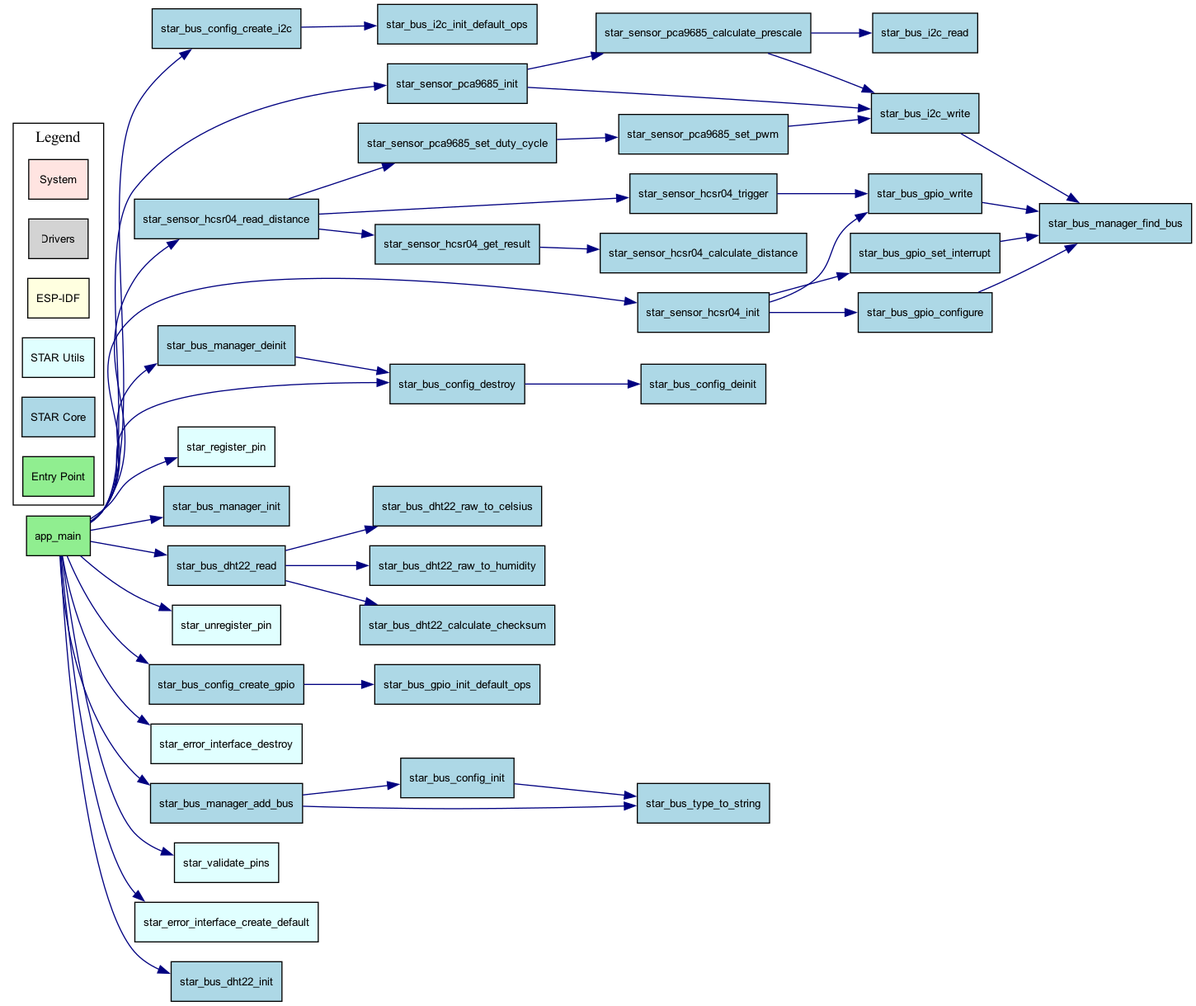
Earlier version of the Graphviz export ESP32-Firmware/docs/callgraph/visual_levels/callgraph_application.png (Locked-Inc/STAR). Its source is kept beside it as ESP32-Firmware/docs/callgraph/visual_levels/callgraph_application.dot.
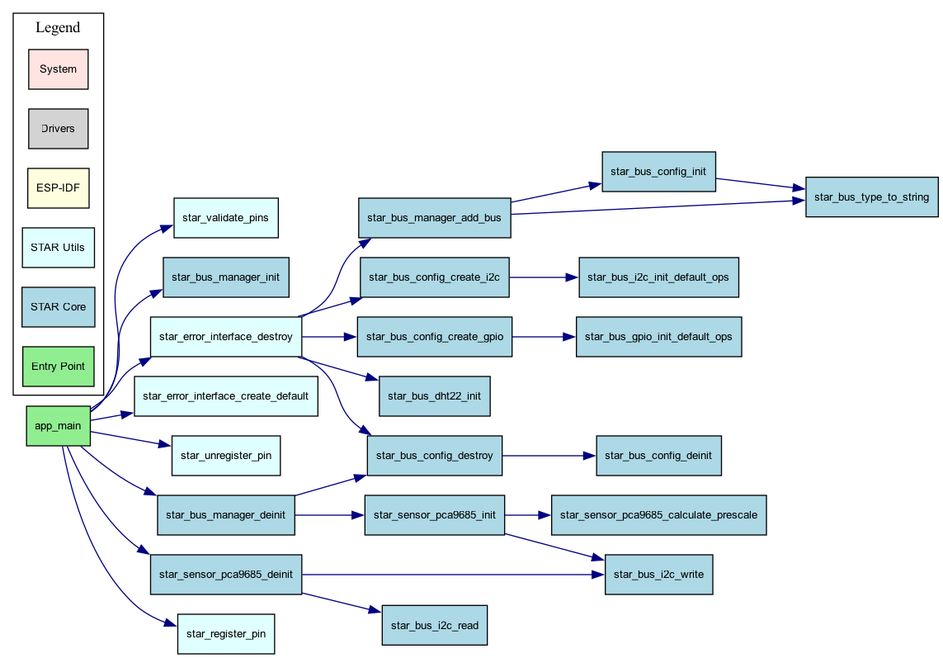
Above is the later version.

Change to the diagram source:
```diff
@@ -3,87 +3,54 @@
     node [shape=box style=filled fontname="Arial" fontsize=10];
     edge [color=navy fontsize=8];
 
+    "star_bus_i2c_write" [fillcolor=lightblue];
+    "star_validate_pins" [fillcolor=lightcyan];
+    "star_bus_config_init" [fillcolor=lightblue];
+    "star_bus_manager_init" [fillcolor=lightblue];
+    "star_bus_i2c_read" [fillcolor=lightblue];
+    "star_bus_config_deinit" [fillcolor=lightblue];
+    "star_error_interface_destroy" [fillcolor=lightcyan];
+    "star_sensor_pca9685_calculate_prescale" [fillcolor=lightblue];
+    "star_bus_manager_add_bus" [fillcolor=lightblue];
     "star_bus_config_create_i2c" [fillcolor=lightblue];
-    "star_sensor_pca9685_set_duty_cycle" [fillcolor=lightblue];
+    "star_bus_gpio_init_default_ops" [fillcolor=lightblue];
+    "star_bus_config_create_gpio" [fillcolor=lightblue];
     "star_sensor_pca9685_init" [fillcolor=lightblue];
+    "star_error_interface_create_default" [fillcolor=lightcyan];
+    "app_main" [fillcolor=lightgreen fontweight=bold];
+    "star_unregister_pin" [fillcolor=lightcyan];
+    "star_sensor_pca9685_deinit" [fillcolor=lightblue];
+    "star_bus_type_to_string" [fillcolor=lightblue];
     "star_bus_manager_deinit" [fillcolor=lightblue];
     "star_register_pin" [fillcolor=lightcyan];
-    "star_bus_manager_find_bus" [fillcolor=lightblue];
-    "star_bus_manager_init" [fillcolor=lightblue];
-    "star_bus_dht22_read" [fillcolor=lightblue];
-    "star_sensor_hcsr04_get_result" [fillcolor=lightblue];
-    "star_unregister_pin" [fillcolor=lightcyan];
-    "star_bus_config_create_gpio" [fillcolor=lightblue];
-    "star_bus_config_init" [fillcolor=lightblue];
-    "star_sensor_pca9685_calculate_prescale" [fillcolor=lightblue];
-    "star_bus_config_deinit" [fillcolor=lightblue];
-    "star_bus_gpio_init_default_ops" [fillcolor=lightblue];
-    "star_sensor_hcsr04_trigger" [fillcolor=lightblue];
-    "star_error_interface_destroy" [fillcolor=lightcyan];
+    "star_bus_config_destroy" [fillcolor=lightblue];
     "star_bus_i2c_init_default_ops" [fillcolor=lightblue];
-    "star_bus_i2c_read" [fillcolor=lightblue];
-    "star_sensor_hcsr04_read_distance" [fillcolor=lightblue];
-    "star_sensor_pca9685_set_pwm" [fillcolor=lightblue];
-    "star_bus_gpio_set_interrupt" [fillcolor=lightblue];
-    "star_bus_gpio_write" [fillcolor=lightblue];
-    "star_bus_dht22_raw_to_humidity" [fillcolor=lightblue];
-    "star_bus_manager_add_bus" [fillcolor=lightblue];
-    "star_sensor_hcsr04_init" [fillcolor=lightblue];
-    "star_validate_pins" [fillcolor=lightcyan];
-    "star_bus_i2c_write" [fillcolor=lightblue];
-    "star_bus_gpio_configure" [fillcolor=lightblue];
-    "star_sensor_hcsr04_calculate_distance" [fillcolor=lightblue];
-    "app_main" [fillcolor=lightgreen fontweight=bold];
-    "star_error_interface_create_default" [fillcolor=lightcyan];
     "star_bus_dht22_init" [fillcolor=lightblue];
-    "star_bus_dht22_calculate_checksum" [fillcolor=lightblue];
-    "star_bus_type_to_string" [fillcolor=lightblue];
-    "star_bus_dht22_raw_to_celsius" [fillcolor=lightblue];
-    "star_bus_config_destroy" [fillcolor=lightblue];
-    "app_main" -> "star_bus_config_create_gpio";
-    "app_main" -> "star_bus_config_create_i2c";
-    "app_main" -> "star_bus_config_destroy";
-    "app_main" -> "star_bus_dht22_init";
-    "app_main" -> "star_bus_dht22_read";
-    "app_main" -> "star_bus_manager_add_bus";
     "app_main" -> "star_bus_manager_deinit";
     "app_main" -> "star_bus_manager_init";
     "app_main" -> "star_error_interface_create_default";
     "app_main" -> "star_error_interface_destroy";
     "app_main" -> "star_register_pin";
-    "app_main" -> "star_sensor_hcsr04_init";
-    "app_main" -> "star_sensor_hcsr04_read_distance";
-    "app_main" -> "star_sensor_pca9685_init";
+    "app_main" -> "star_sensor_pca9685_deinit";
     "app_main" -> "star_unregister_pin";
     "app_main" -> "star_validate_pins";
     "star_bus_config_create_gpio" -> "star_bus_gpio_init_default_ops";
     "star_bus_config_create_i2c" -> "star_bus_i2c_init_default_ops";
     "star_bus_config_destroy" -> "star_bus_config_deinit";
     "star_bus_config_init" -> "star_bus_type_to_string";
-    "star_bus_dht22_read" -> "star_bus_dht22_calculate_checksum";
-    "star_bus_dht22_read" -> "star_bus_dht22_raw_to_celsius";
-    "star_bus_dht22_read" -> "star_bus_dht22_raw_to_humidity";
-    "star_bus_gpio_configure" -> "star_bus_manager_find_bus";
-    "star_bus_gpio_set_interrupt" -> "star_bus_manager_find_bus";
-    "star_bus_gpio_write" -> "star_bus_manager_find_bus";
-    "star_bus_i2c_write" -> "star_bus_manager_find_bus";
     "star_bus_manager_add_bus" -> "star_bus_config_init";
     "star_bus_manager_add_bus" -> "star_bus_type_to_string";
     "star_bus_manager_deinit" -> "star_bus_config_destroy";
-    "star_sensor_hcsr04_get_result" -> "star_sensor_hcsr04_calculate_distance";
-    "star_sensor_hcsr04_init" -> "star_bus_gpio_configure";
-    "star_sensor_hcsr04_init" -> "star_bus_gpio_set_interrupt";
-    "star_sensor_hcsr04_init" -> "star_bus_gpio_write";
-    "star_sensor_hcsr04_read_distance" -> "star_sensor_hcsr04_get_result";
-    "star_sensor_hcsr04_read_distance" -> "star_sensor_hcsr04_trigger";
-    "star_sensor_hcsr04_read_distance" -> "star_sensor_pca9685_set_duty_cycle";
-    "star_sensor_hcsr04_trigger" -> "star_bus_gpio_write";
-    "star_sensor_pca9685_calculate_prescale" -> "star_bus_i2c_read";
-    "star_sensor_pca9685_calculate_prescale" -> "star_bus_i2c_write";
+    "star_bus_manager_deinit" -> "star_sensor_pca9685_init";
+    "star_error_interface_destroy" -> "star_bus_config_create_gpio";
+    "star_error_interface_destroy" -> "star_bus_config_create_i2c";
+    "star_error_interface_destroy" -> "star_bus_config_destroy";
+    "star_error_interface_destroy" -> "star_bus_dht22_init";
+    "star_error_interface_destroy" -> "star_bus_manager_add_bus";
+    "star_sensor_pca9685_deinit" -> "star_bus_i2c_read";
+    "star_sensor_pca9685_deinit" -> "star_bus_i2c_write";
     "star_sensor_pca9685_init" -> "star_bus_i2c_write";
     "star_sensor_pca9685_init" -> "star_sensor_pca9685_calculate_prescale";
-    "star_sensor_pca9685_set_duty_cycle" -> "star_sensor_pca9685_set_pwm";
-    "star_sensor_pca9685_set_pwm" -> "star_bus_i2c_write";
 
     subgraph cluster_legend {
         label="Legend";
```
